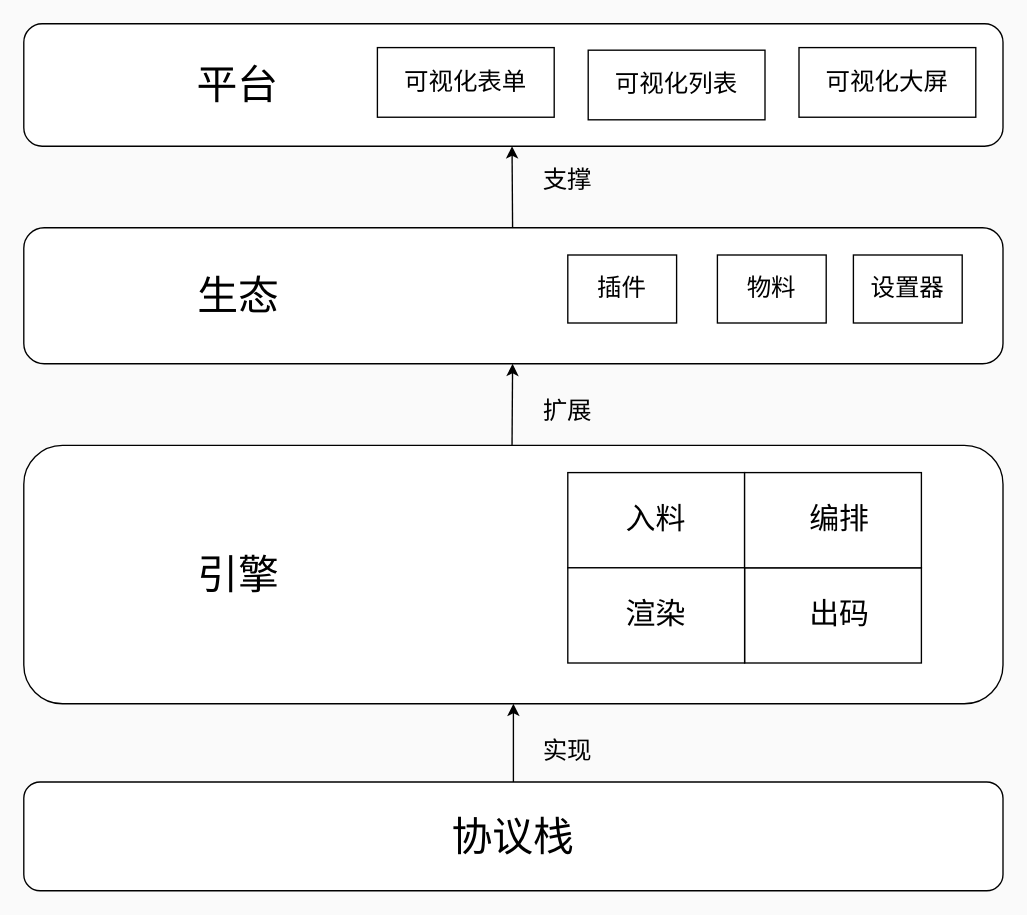
Earlier version of the draw.io diagram 未命名绘图.drawio (tangyaosimida/love). Source tidied: cells renumbered, new cells numbered last; positions are measured from the earlier drawing's top-left corner, leaving out a move shared by most shapes. Both pictures are drawn from the tidied source at 136%, with x=0, y=0 at pixel (23, 23).
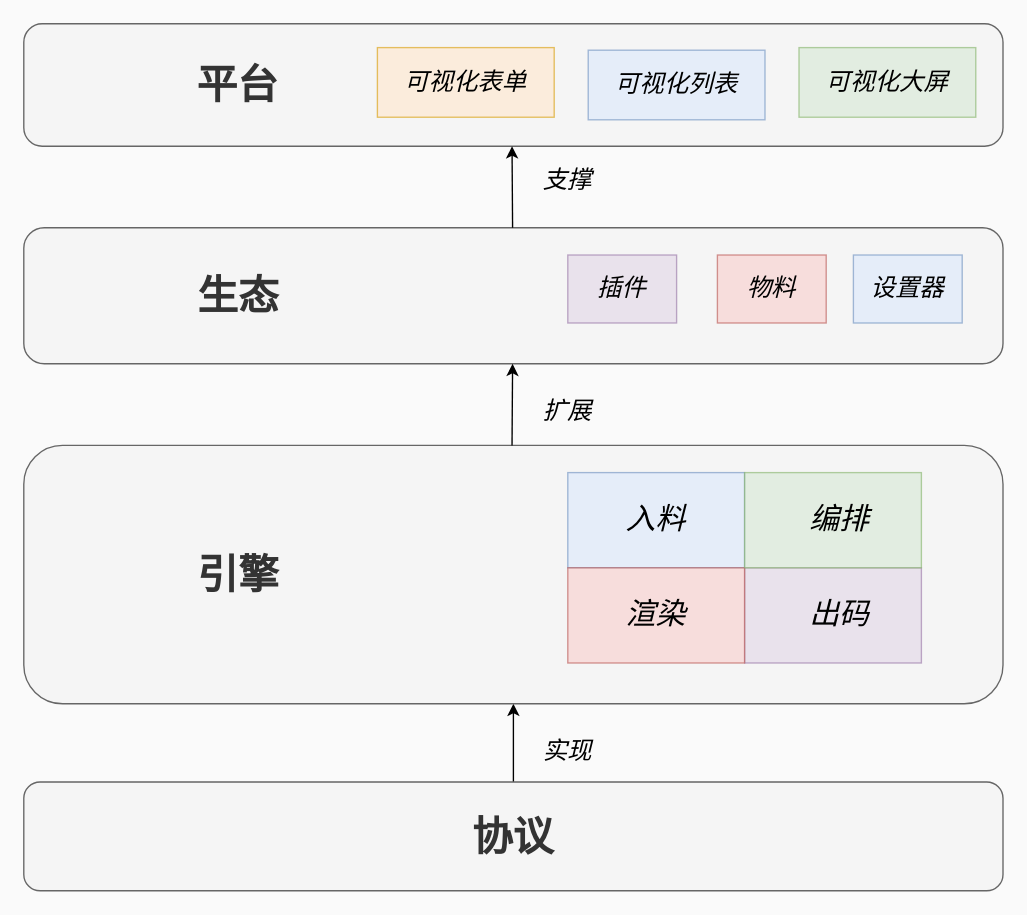
After the change.

Commit message:
更新未命名绘图.drawio

Change to the diagram source:
```diff
@@
-    <mxCell id="3" style="rounded=1;whiteSpace=wrap;html=1;" parent="1" vertex="1">
+    <mxCell id="3" style="rounded=1;whiteSpace=wrap;html=1;fillColor=#f5f5f5;fontColor=#333333;strokeColor=#666666;" parent="1" vertex="1">
       <mxGeometry y="557.5" width="720" height="80" as="geometry" />
     </mxCell>
-    <mxCell id="4" style="rounded=1;whiteSpace=wrap;html=1;" parent="1" vertex="1">
+    <mxCell id="4" style="rounded=1;whiteSpace=wrap;html=1;fillColor=#f5f5f5;fontColor=#333333;strokeColor=#666666;" parent="1" vertex="1">
       <mxGeometry y="310" width="720" height="190" as="geometry" />
     </mxCell>
-    <mxCell id="5" style="rounded=1;whiteSpace=wrap;html=1;" parent="1" vertex="1">
+    <mxCell id="5" style="rounded=1;whiteSpace=wrap;html=1;fillColor=#f5f5f5;fontColor=#333333;strokeColor=#666666;" parent="1" vertex="1">
       <mxGeometry y="150" width="720" height="100" as="geometry" />
     </mxCell>
-    <mxCell id="6" style="rounded=1;whiteSpace=wrap;html=1;" parent="1" vertex="1">
+    <mxCell id="6" style="rounded=1;whiteSpace=wrap;html=1;fillColor=#f5f5f5;fontColor=#333333;strokeColor=#666666;" parent="1" vertex="1">
       <mxGeometry width="720" height="90" as="geometry" />
     </mxCell>
@@
-    <mxCell id="9" style="rounded=0;whiteSpace=wrap;html=1;" parent="1" vertex="1">
+    <mxCell id="9" style="rounded=0;whiteSpace=wrap;html=1;fillColor=#dae8fc;strokeColor=#6c8ebf;opacity=60;" parent="1" vertex="1">
       <mxGeometry x="400" y="330" width="130" height="70" as="geometry" />
     </mxCell>
-    <mxCell id="10" style="rounded=0;whiteSpace=wrap;html=1;" parent="1" vertex="1">
+    <mxCell id="10" style="rounded=0;whiteSpace=wrap;html=1;fillColor=#e1d5e7;strokeColor=#9673a6;opacity=60;" parent="1" vertex="1">
       <mxGeometry x="530" y="400" width="130" height="70" as="geometry" />
     </mxCell>
-    <mxCell id="11" style="rounded=0;whiteSpace=wrap;html=1;" parent="1" vertex="1">
+    <mxCell id="11" style="rounded=0;whiteSpace=wrap;html=1;fillColor=#f8cecc;strokeColor=#b85450;opacity=60;" parent="1" vertex="1">
       <mxGeometry x="400" y="400" width="130" height="70" as="geometry" />
     </mxCell>
-    <mxCell id="12" style="rounded=0;whiteSpace=wrap;html=1;" parent="1" vertex="1">
+    <mxCell id="12" style="rounded=0;whiteSpace=wrap;html=1;fillColor=#d5e8d4;strokeColor=#82b366;opacity=60;" parent="1" vertex="1">
       <mxGeometry x="530" y="330" width="130" height="70" as="geometry" />
     </mxCell>
-    <mxCell id="13" value="入料" style="text;html=1;strokeColor=none;fillColor=none;align=center;verticalAlign=middle;whiteSpace=wrap;rounded=0;labelBorderColor=none;fontSize=22;" parent="1" vertex="1">
+    <mxCell id="13" value="入料" style="text;html=1;strokeColor=none;fillColor=none;align=center;verticalAlign=middle;whiteSpace=wrap;rounded=0;labelBorderColor=none;fontSize=22;opacity=60;fontStyle=2;" parent="1" vertex="1">
       <mxGeometry x="435" y="350" width="60" height="30" as="geometry" />
     </mxCell>
-    <mxCell id="14" value="编排" style="text;html=1;strokeColor=none;fillColor=none;align=center;verticalAlign=middle;whiteSpace=wrap;rounded=0;fontSize=22;" parent="1" vertex="1">
+    <mxCell id="14" value="编排" style="text;html=1;strokeColor=none;fillColor=none;align=center;verticalAlign=middle;whiteSpace=wrap;rounded=0;fontSize=22;fontStyle=2;" parent="1" vertex="1">
       <mxGeometry x="570" y="350" width="60" height="30" as="geometry" />
     </mxCell>
-    <mxCell id="15" value="渲染" style="text;html=1;strokeColor=none;fillColor=none;align=center;verticalAlign=middle;whiteSpace=wrap;rounded=0;fontSize=22;" parent="1" vertex="1">
+    <mxCell id="15" value="渲染" style="text;html=1;strokeColor=none;fillColor=none;align=center;verticalAlign=middle;whiteSpace=wrap;rounded=0;fontSize=22;fontStyle=2;" parent="1" vertex="1">
       <mxGeometry x="435" y="420" width="60" height="30" as="geometry" />
     </mxCell>
-    <mxCell id="16" value="出码" style="text;html=1;strokeColor=none;fillColor=none;align=center;verticalAlign=middle;whiteSpace=wrap;rounded=0;fontSize=22;" parent="1" vertex="1">
+    <mxCell id="16" value="出码" style="text;html=1;strokeColor=none;fillColor=none;align=center;verticalAlign=middle;whiteSpace=wrap;rounded=0;fontSize=22;fontStyle=2;" parent="1" vertex="1">
       <mxGeometry x="570" y="420" width="60" height="30" as="geometry" />
     </mxCell>
-    <mxCell id="17" value="引擎" style="text;strokeColor=none;fillColor=none;align=center;verticalAlign=middle;whiteSpace=wrap;rounded=0;labelBorderColor=none;fontSize=30;" parent="1" vertex="1">
+    <mxCell id="17" value="引擎" style="text;strokeColor=none;fillColor=none;align=center;verticalAlign=middle;whiteSpace=wrap;rounded=0;labelBorderColor=none;fontSize=30;fontStyle=1;fontColor=#333;" parent="1" vertex="1">
       <mxGeometry x="102.5" y="377.5" width="110" height="55" as="geometry" />
     </mxCell>
-    <mxCell id="18" value="生态" style="text;html=1;strokeColor=none;fillColor=none;align=center;verticalAlign=middle;whiteSpace=wrap;rounded=0;fontSize=30;" parent="1" vertex="1">
+    <mxCell id="18" value="生态" style="text;html=1;strokeColor=none;fillColor=none;align=center;verticalAlign=middle;whiteSpace=wrap;rounded=0;fontSize=30;fontStyle=1;fontColor=#333;" parent="1" vertex="1">
       <mxGeometry x="102.5" y="170" width="110" height="60" as="geometry" />
     </mxCell>
-    <mxCell id="19" value="协议栈" style="text;html=1;strokeColor=none;fillColor=none;align=center;verticalAlign=middle;whiteSpace=wrap;rounded=0;fontSize=30;" parent="1" vertex="1">
+    <mxCell id="19" value="&lt;font color=&quot;#333333&quot;&gt;协议&lt;/font&gt;" style="text;html=1;strokeColor=none;fillColor=none;align=center;verticalAlign=middle;whiteSpace=wrap;rounded=0;fontSize=30;fontStyle=1;" parent="1" vertex="1">
       <mxGeometry x="270" y="580" width="180" height="35" as="geometry" />
     </mxCell>
-    <mxCell id="20" value="插件" style="rounded=0;whiteSpace=wrap;html=1;fontSize=18;" parent="1" vertex="1">
+    <mxCell id="20" value="插件" style="rounded=0;whiteSpace=wrap;html=1;fontSize=18;fillColor=#e1d5e7;strokeColor=#9673a6;opacity=60;fontStyle=2;" parent="1" vertex="1">
       <mxGeometry x="400" y="170" width="80" height="50" as="geometry" />
     </mxCell>
-    <mxCell id="21" value="物料" style="rounded=0;whiteSpace=wrap;html=1;fontSize=18;" parent="1" vertex="1">
+    <mxCell id="21" value="物料" style="rounded=0;whiteSpace=wrap;html=1;fontSize=18;fillColor=#f8cecc;strokeColor=#b85450;opacity=60;fontStyle=2;" parent="1" vertex="1">
       <mxGeometry x="510" y="170" width="80" height="50" as="geometry" />
     </mxCell>
-    <mxCell id="22" value="设置器" style="rounded=0;whiteSpace=wrap;html=1;fontSize=18;" parent="1" vertex="1">
+    <mxCell id="22" value="设置器" style="rounded=0;whiteSpace=wrap;html=1;fontSize=18;fillColor=#dae8fc;strokeColor=#6c8ebf;opacity=60;fontStyle=2;" parent="1" vertex="1">
       <mxGeometry x="610" y="170" width="80" height="50" as="geometry" />
     </mxCell>
-    <mxCell id="23" value="平台" style="text;html=1;strokeColor=none;fillColor=none;align=center;verticalAlign=middle;whiteSpace=wrap;rounded=0;fontSize=30;" parent="1" vertex="1">
+    <mxCell id="23" value="&lt;font color=&quot;#333333&quot;&gt;平台&lt;/font&gt;" style="text;html=1;strokeColor=none;fillColor=none;align=center;verticalAlign=middle;whiteSpace=wrap;rounded=0;fontSize=30;fontStyle=1;fontColor=#666;" parent="1" vertex="1">
       <mxGeometry x="110" y="17.5" width="95" height="55" as="geometry" />
     </mxCell>
-    <mxCell id="24" value="&lt;font style=&quot;font-size: 18px;&quot;&gt;可视化表单&lt;/font&gt;" style="rounded=0;whiteSpace=wrap;html=1;fontSize=18;" parent="1" vertex="1">
+    <mxCell id="24" value="&lt;font style=&quot;font-size: 18px;&quot;&gt;可视化表单&lt;/font&gt;" style="rounded=0;whiteSpace=wrap;html=1;fontSize=18;fillColor=#ffe6cc;strokeColor=#d79b00;opacity=60;fontStyle=2;" parent="1" vertex="1">
       <mxGeometry x="260" y="17.5" width="130" height="51.2" as="geometry" />
     </mxCell>
-    <mxCell id="25" value="&lt;font style=&quot;font-size: 18px;&quot;&gt;可视化列表&lt;/font&gt;" style="rounded=0;whiteSpace=wrap;html=1;fontSize=18;" parent="1" vertex="1">
+    <mxCell id="25" value="&lt;font style=&quot;font-size: 18px;&quot;&gt;可视化列表&lt;/font&gt;" style="rounded=0;whiteSpace=wrap;html=1;fontSize=18;fillColor=#dae8fc;strokeColor=#6c8ebf;opacity=60;fontStyle=2;" parent="1" vertex="1">
       <mxGeometry x="415" y="19.4" width="130" height="51.2" as="geometry" />
     </mxCell>
-    <mxCell id="26" value="&lt;font style=&quot;font-size: 18px;&quot;&gt;可视化大屏&lt;/font&gt;" style="rounded=0;whiteSpace=wrap;html=1;fontSize=18;" parent="1" vertex="1">
+    <mxCell id="26" value="&lt;font style=&quot;font-size: 18px;&quot;&gt;可视化大屏&lt;/font&gt;" style="rounded=0;whiteSpace=wrap;html=1;fontSize=18;fillColor=#d5e8d4;strokeColor=#82b366;opacity=60;fontStyle=2;" parent="1" vertex="1">
       <mxGeometry x="570" y="17.5" width="130" height="51.2" as="geometry" />
     </mxCell>
-    <mxCell id="27" value="实现" style="text;html=1;strokeColor=none;fillColor=none;align=center;verticalAlign=middle;whiteSpace=wrap;rounded=0;fontSize=18;" parent="1" vertex="1">
+    <mxCell id="27" value="实现" style="text;html=1;strokeColor=none;fillColor=none;align=center;verticalAlign=middle;whiteSpace=wrap;rounded=0;fontSize=18;fontStyle=2;" parent="1" vertex="1">
       <mxGeometry x="370" y="520" width="60" height="30" as="geometry" />
     </mxCell>
-    <mxCell id="28" value="扩展" style="text;html=1;strokeColor=none;fillColor=none;align=center;verticalAlign=middle;whiteSpace=wrap;rounded=0;fontSize=18;" parent="1" vertex="1">
+    <mxCell id="28" value="扩展" style="text;html=1;strokeColor=none;fillColor=none;align=center;verticalAlign=middle;whiteSpace=wrap;rounded=0;fontSize=18;fontStyle=2;" parent="1" vertex="1">
       <mxGeometry x="370" y="270" width="60" height="30" as="geometry" />
     </mxCell>
-    <mxCell id="29" value="支撑" style="text;html=1;strokeColor=none;fillColor=none;align=center;verticalAlign=middle;whiteSpace=wrap;rounded=0;fontSize=18;" parent="1" vertex="1">
+    <mxCell id="29" value="支撑" style="text;html=1;strokeColor=none;fillColor=none;align=center;verticalAlign=middle;whiteSpace=wrap;rounded=0;fontSize=18;fontStyle=2;" parent="1" vertex="1">
       <mxGeometry x="370" y="100" width="60" height="30" as="geometry" />
     </mxCell>
```
